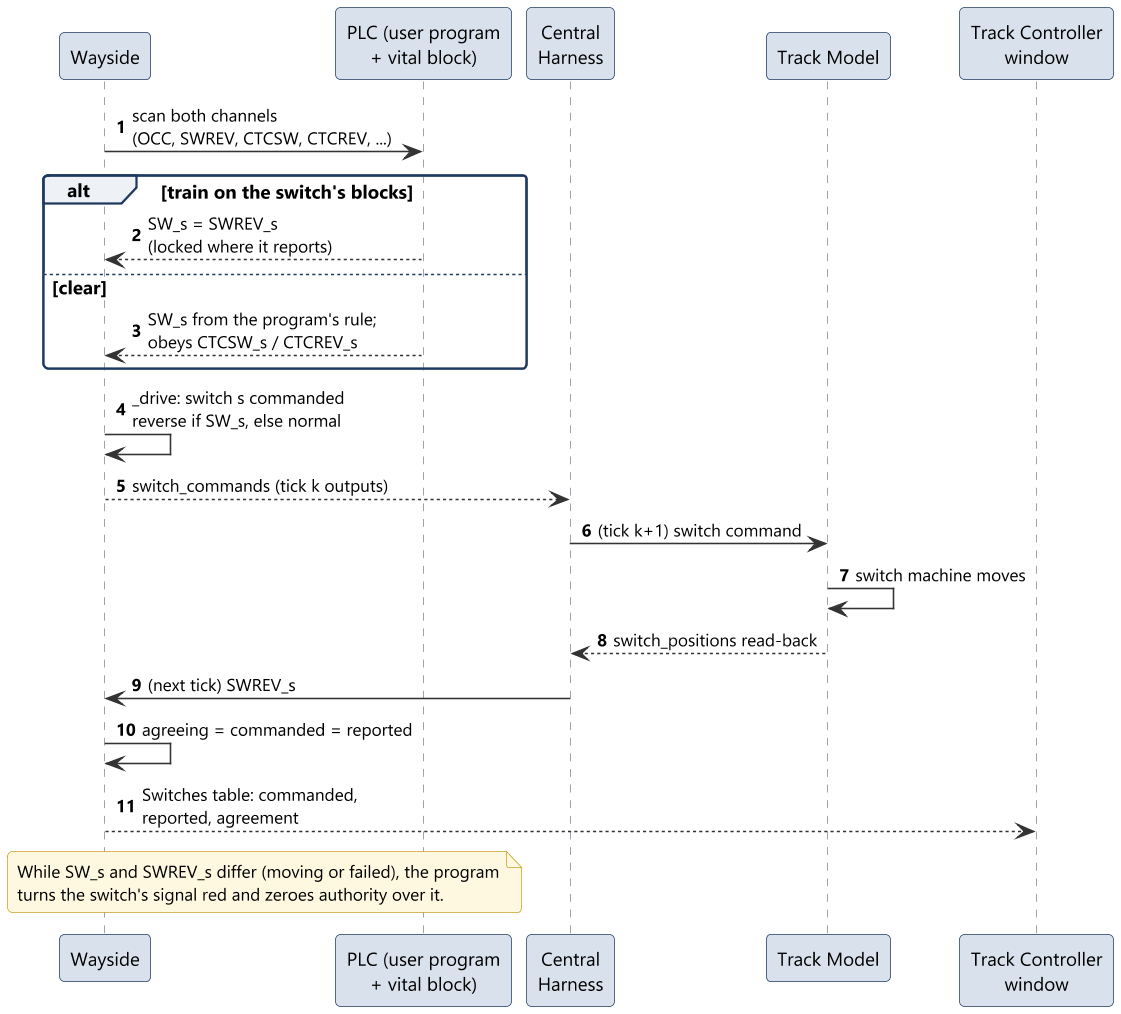
The PlantUML diagram documents/uml/track_ctrl_hw/sd11_command_switches.png in Landiss04/Track-Overflow, before a commit. Source of this version:
```plantuml
@startuml sd11_command_switches
!include ../style.iuml
autonumber

participant "Wayside" as W
participant "PLC (user program\n+ vital block)" as PLC
participant "Central\nHarness" as H
participant "Track Model" as TM
participant "Track Controller\nwindow" as Win

W -> PLC : scan both channels\n(OCC, SWREV, CTCSW, CTCREV, ...)
alt train on the switch's blocks
  PLC --> W : SW_s = SWREV_s\n(locked where it reports)
else clear
  PLC --> W : SW_s from the program's rule;\nobeys CTCSW_s / CTCREV_s
end
W -> W : _drive: switch s commanded\nreverse if SW_s, else normal
W --> H : switch_commands (tick k outputs)
H -> TM : (tick k+1) switch command
TM -> TM : switch machine moves
TM --> H : switch_positions read-back
H -> W : (next tick) SWREV_s
W -> W : agreeing = commanded = reported
W --> Win : Switches table: commanded,\nreported, agreement
note over PLC, W
  While SW_s and SWREV_s differ (moving or failed), the program
  turns the switch's signal red and zeroes authority over it.
end note
@enduml
```
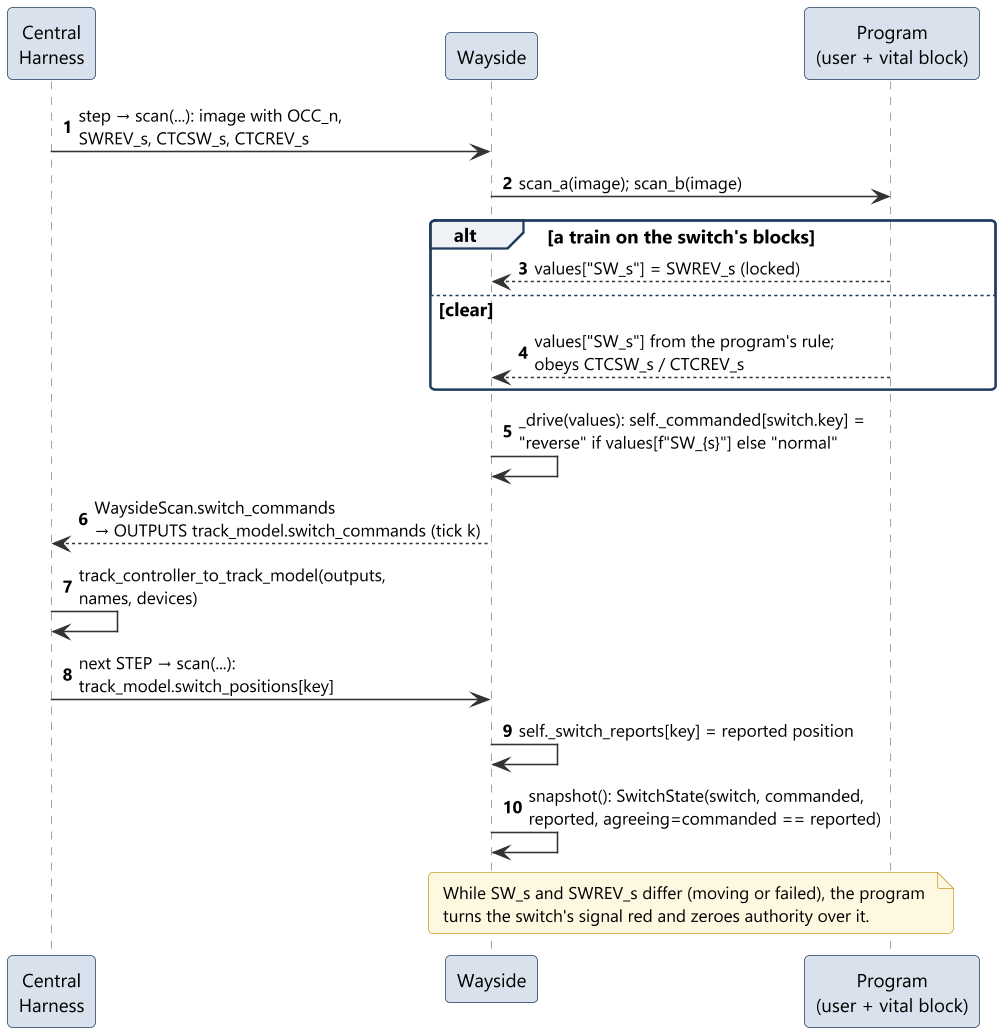
The same file after the commit.

The edit, as a diff of the source:
```diff
@@ -2,27 +2,24 @@
 !include ../style.iuml
 autonumber
 
+participant "Central\nHarness" as H
 participant "Wayside" as W
-participant "PLC (user program\n+ vital block)" as PLC
-participant "Central\nHarness" as H
-participant "Track Model" as TM
-participant "Track Controller\nwindow" as Win
+participant "Program\n(user + vital block)" as PLC
 
-W -> PLC : scan both channels\n(OCC, SWREV, CTCSW, CTCREV, ...)
-alt train on the switch's blocks
-  PLC --> W : SW_s = SWREV_s\n(locked where it reports)
+H -> W : step → scan(...): image with OCC_n,\nSWREV_s, CTCSW_s, CTCREV_s
+W -> PLC : scan_a(image); scan_b(image)
+alt a train on the switch's blocks
+  PLC --> W : values["SW_s"] = SWREV_s (locked)
 else clear
-  PLC --> W : SW_s from the program's rule;\nobeys CTCSW_s / CTCREV_s
+  PLC --> W : values["SW_s"] from the program's rule;\nobeys CTCSW_s / CTCREV_s
 end
-W -> W : _drive: switch s commanded\nreverse if SW_s, else normal
-W --> H : switch_commands (tick k outputs)
-H -> TM : (tick k+1) switch command
-TM -> TM : switch machine moves
-TM --> H : switch_positions read-back
-H -> W : (next tick) SWREV_s
-W -> W : agreeing = commanded = reported
-W --> Win : Switches table: commanded,\nreported, agreement
-note over PLC, W
+W -> W : _drive(values): self._commanded[switch.key] =\n"reverse" if values[f"SW_{s}"] else "normal"
+W --> H : WaysideScan.switch_commands\n→ OUTPUTS track_model.switch_commands (tick k)
+H -> H : track_controller_to_track_model(outputs,\nnames, devices)
+H -> W : next STEP → scan(...):\ntrack_model.switch_positions[key]
+W -> W : self._switch_reports[key] = reported position
+W -> W : snapshot(): SwitchState(switch, commanded,\nreported, agreeing=commanded == reported)
+note over W, PLC
   While SW_s and SWREV_s differ (moving or failed), the program
   turns the switch's signal red and zeroes authority over it.
 end note
```
